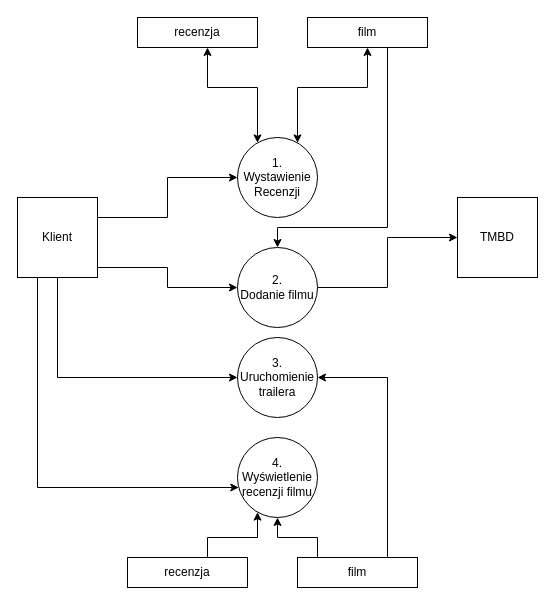
Earlier version of the draw.io diagram DFD Ogólny.drawio (JanuszWdowka/konteneryzacja_project). Source tidied: cells renumbered, new cells numbered last; positions are measured from the earlier drawing's top-left corner, leaving out a move shared by most shapes. Both pictures are drawn from the tidied source at 100%, with x=0, y=0 at pixel (17, 17).
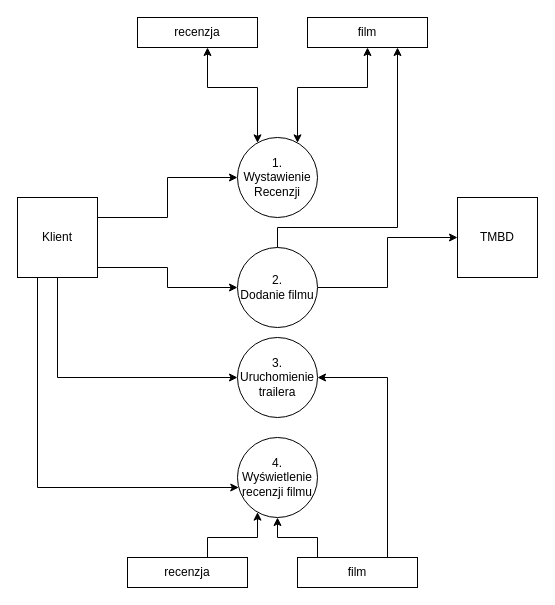
The same diagram, later.

Commit message (it also covers changes not shown here):
DFD diagramy

Unchanged cells that the change refers to:
```xml
<mxCell id="13" value="2.&lt;br&gt;Dodanie filmu" style="ellipse;whiteSpace=wrap;html=1;" parent="1" vertex="1">
  <mxGeometry x="220" y="230" width="80" height="80" as="geometry" />
</mxCell>
<mxCell id="20" value="film" style="whiteSpace=wrap;html=1;" parent="1" vertex="1">
  <mxGeometry x="290" width="120" height="30" as="geometry" />
</mxCell>
```

What changed in the source:
```diff
@@
-    <mxCell id="12" style="edgeStyle=orthogonalEdgeStyle;rounded=0;jettySize=auto;html=1;" parent="1" edge="1" source="20" target="13">
+    <mxCell id="12" style="edgeStyle=orthogonalEdgeStyle;rounded=0;jettySize=auto;html=1;" parent="1" edge="1" source="13" target="20">
       <mxGeometry relative="1" as="geometry">
         <Array as="points">
-          <mxPoint x="370" y="210" />
           <mxPoint x="260" y="210" />
+          <mxPoint x="380" y="210" />
         </Array>
       </mxGeometry>
     </mxCell>
```
